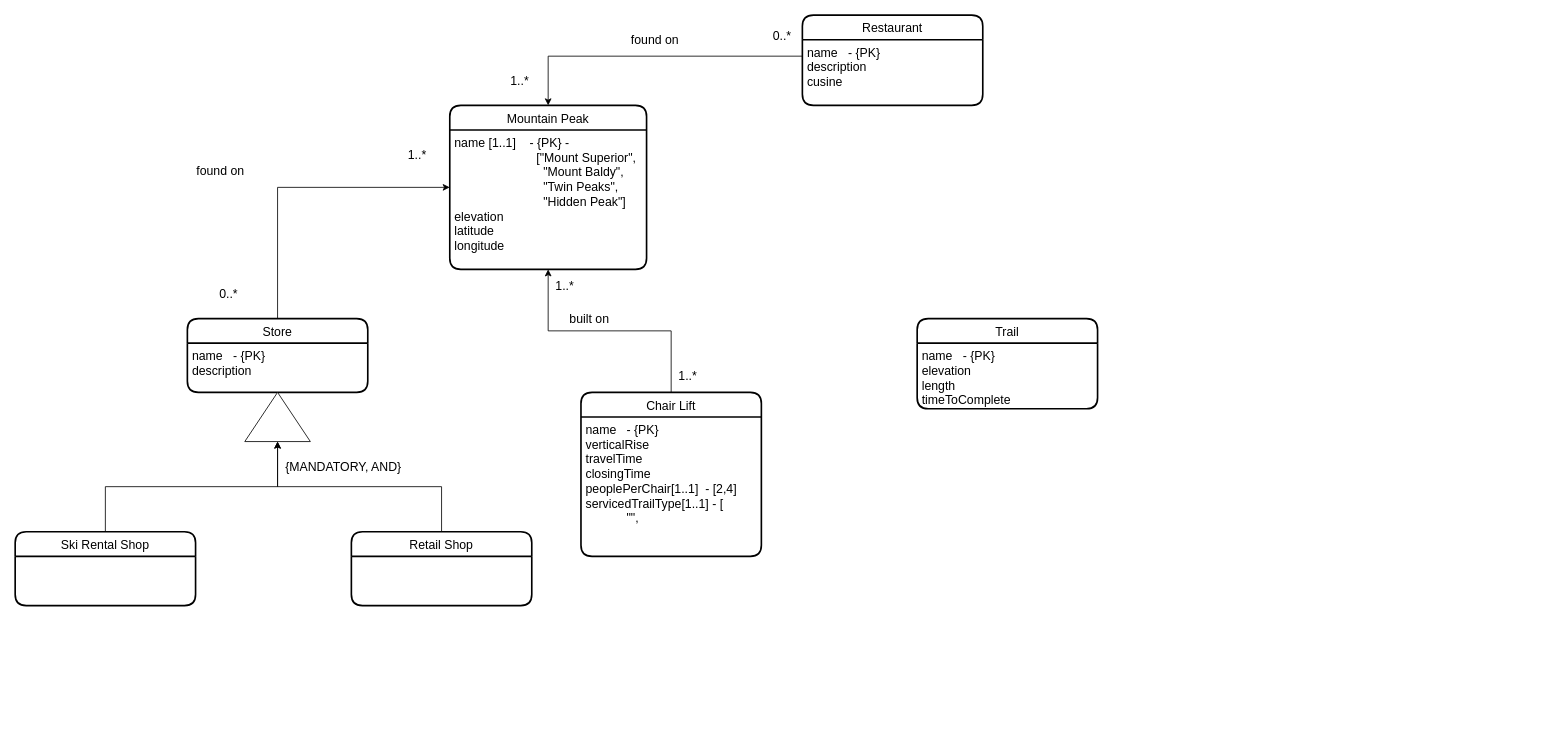
Above: page "Page-1" (3 of 3) of astra-QR-client/Untitled Diagram.drawio in Leelakrishna2091997/astraCloud-client (draw.io), before the change. Source tidied: cells renumbered, new cells numbered last; positions are measured from the earlier drawing's top-left corner, leaving out a move shared by most shapes. Both pictures are drawn from the tidied source at 82%, with x=0, y=0 at pixel (15, 15).
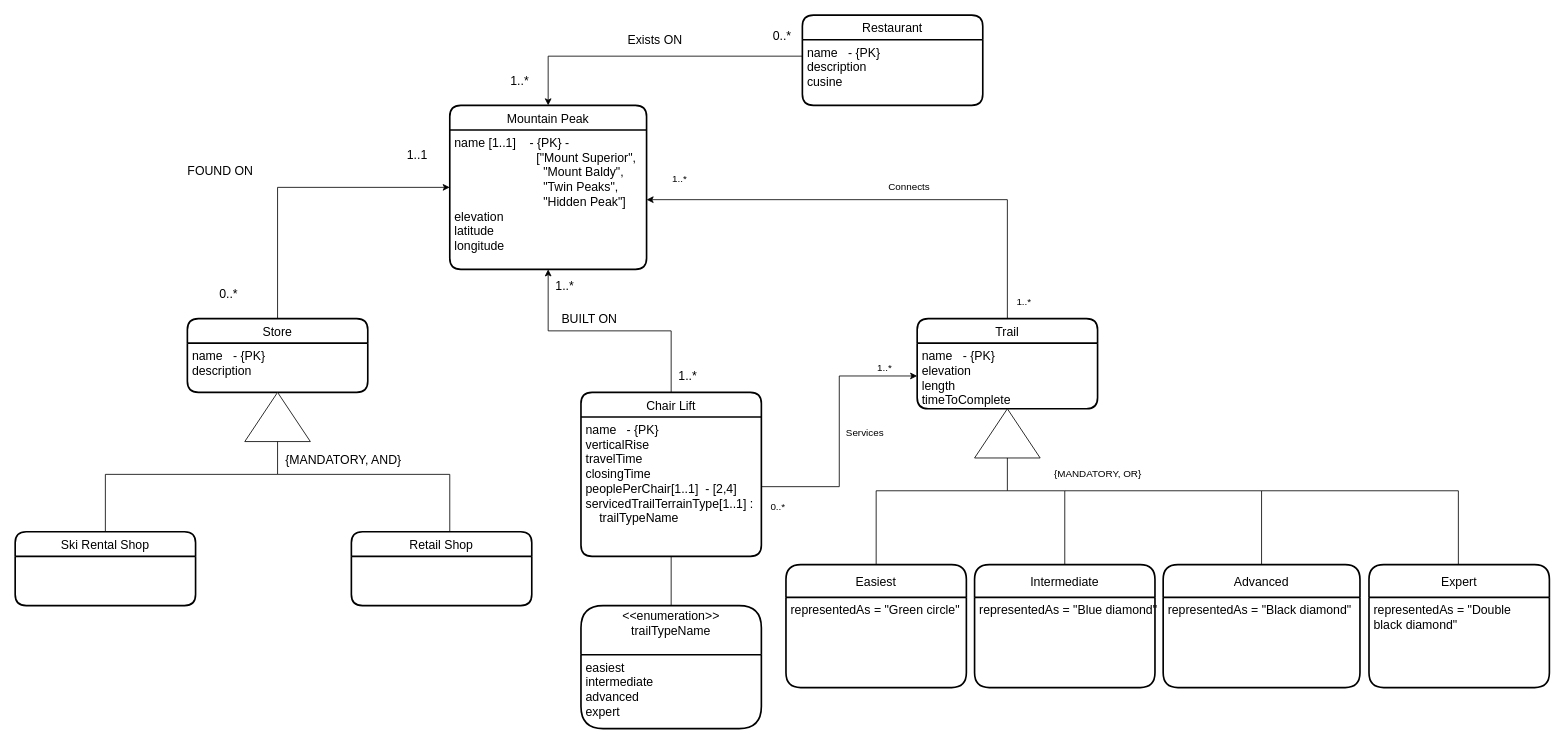
The same page after the edit.

Unchanged cells that the change refers to:
```xml
<mxCell id="3" value="name [1..1]    - {PK} - &#10;                        [&quot;Mount Superior&quot;, &#10;                          &quot;Mount Baldy&quot;, &#10;                          &quot;Twin Peaks&quot;, &#10;                          &quot;Hidden Peak&quot;]&#10;elevation&#10;latitude&#10;longitude&#10;" style="align=left;strokeColor=none;fillColor=none;spacingLeft=4;fontSize=15;verticalAlign=top;" parent="2" vertex="1">
  <mxGeometry y="30" width="240" height="170" as="geometry" />
</mxCell>
<mxCell id="8" value="Retail Shop" style="swimlane;horizontal=1;startSize=30;rounded=1;fontSize=15;fontStyle=0;strokeWidth=2;shadow=0;dashed=0;align=center;" parent="1" vertex="1">
  <mxGeometry x="410" y="630" width="220" height="90" as="geometry" />
</mxCell>
<mxCell id="10" value="Ski Rental Shop" style="swimlane;horizontal=1;startSize=30;rounded=1;fontSize=15;fontStyle=0;strokeWidth=2;shadow=0;dashed=0;align=center;" parent="1" vertex="1">
  <mxGeometry y="630" width="220" height="90" as="geometry" />
</mxCell>
<mxCell id="11" style="triangle;whiteSpace=wrap;html=1;fontSize=15;rotation=-90;" parent="1" vertex="1">
  <mxGeometry x="290" y="450" width="60" height="80" as="geometry" />
</mxCell>
<mxCell id="23" value="Chair Lift" style="swimlane;horizontal=1;startSize=30;rounded=1;fontSize=15;fontStyle=0;strokeWidth=2;shadow=0;dashed=0;align=center;" parent="1" vertex="1">
  <mxGeometry x="690" y="460" width="220" height="200" as="geometry" />
</mxCell>
<mxCell id="28" value="Trail" style="swimlane;horizontal=1;startSize=30;rounded=1;fontSize=15;fontStyle=0;strokeWidth=2;shadow=0;dashed=0;align=center;" parent="1" vertex="1">
  <mxGeometry x="1100" y="370" width="220" height="110" as="geometry" />
</mxCell>
<mxCell id="29" value="name   - {PK}&#10;elevation&#10;length&#10;timeToComplete&#10;&#10;&#10;&#10;" style="align=left;strokeColor=none;fillColor=none;spacingLeft=4;fontSize=15;verticalAlign=top;" parent="28" vertex="1">
  <mxGeometry y="30" width="220" height="80" as="geometry" />
</mxCell>
```

Change to the diagram source:
```diff
@@
-    <mxCell id="7" style="edgeStyle=orthogonalEdgeStyle;rounded=0;jettySize=auto;html=1;exitX=0.5;exitY=0;exitDx=0;exitDy=0;fontSize=15;" parent="1" edge="1" source="8" target="11">
-      <mxGeometry relative="1" as="geometry" />
-    </mxCell>
@@
-    <mxCell id="9" style="edgeStyle=orthogonalEdgeStyle;rounded=0;jettySize=auto;html=1;exitX=0.5;exitY=0;exitDx=0;exitDy=0;fontSize=15;" parent="1" edge="1" source="10" target="11">
-      <mxGeometry relative="1" as="geometry" />
-    </mxCell>
@@
     <mxCell id="12" value="{MANDATORY, AND}" style="text;html=1;align=center;verticalAlign=middle;strokeColor=none;fillColor=none;fontSize=15;" parent="1" vertex="1">
-      <mxGeometry x="315" y="535" width="170" height="30" as="geometry" />
+      <mxGeometry x="315" y="527" width="170" height="30" as="geometry" />
     </mxCell>
@@
-    <mxCell id="14" value="1..*" style="text;html=1;align=center;verticalAlign=middle;strokeColor=none;fillColor=none;fontSize=15;" parent="1" vertex="1">
+    <mxCell id="14" value="1..1" style="text;html=1;align=center;verticalAlign=middle;strokeColor=none;fillColor=none;fontSize=15;" parent="1" vertex="1">
       <mxGeometry x="465" y="155" width="50" height="30" as="geometry" />
     </mxCell>
-    <mxCell id="15" value="found on" style="text;html=1;align=center;verticalAlign=middle;strokeColor=none;fillColor=none;fontSize=15;" parent="1" vertex="1">
-      <mxGeometry x="210" y="175" width="80" height="30" as="geometry" />
+    <mxCell id="15" value="FOUND ON" style="text;html=1;align=center;verticalAlign=middle;strokeColor=none;fillColor=none;fontSize=15;" parent="1" vertex="1">
+      <mxGeometry x="200" y="175" width="100" height="30" as="geometry" />
     </mxCell>
@@
-    <mxCell id="19" value="found on" style="text;html=1;align=center;verticalAlign=middle;strokeColor=none;fillColor=none;fontSize=15;" parent="1" vertex="1">
-      <mxGeometry x="740" y="15" width="80" height="30" as="geometry" />
+    <mxCell id="19" value="Exists ON" style="text;html=1;align=center;verticalAlign=middle;strokeColor=none;fillColor=none;fontSize=15;" parent="1" vertex="1">
+      <mxGeometry x="735" y="15" width="90" height="30" as="geometry" />
     </mxCell>
@@
-    <mxCell id="24" value="name   - {PK}&#10;verticalRise&#10;travelTime&#10;closingTime&#10;peoplePerChair[1..1]  - [2,4]&#10;servicedTrailType[1..1] - [&#10;            &quot;&quot;,&#10;&#10;&#10;" style="align=left;strokeColor=none;fillColor=none;spacingLeft=4;fontSize=15;verticalAlign=top;" parent="23" vertex="1">
+    <mxCell id="24" value="name   - {PK}&#10;verticalRise&#10;travelTime&#10;closingTime&#10;peoplePerChair[1..1]  - [2,4]&#10;servicedTrailTerrainType[1..1] :&#10;    trailTypeName&#10;&#10;&#10;&#10;" style="align=left;strokeColor=none;fillColor=none;spacingLeft=4;fontSize=15;verticalAlign=top;" parent="23" vertex="1">
       <mxGeometry y="30" width="220" height="170" as="geometry" />
     </mxCell>
@@
-    <mxCell id="27" value="built on" style="text;html=1;align=center;verticalAlign=middle;strokeColor=none;fillColor=none;fontSize=15;" parent="1" vertex="1">
-      <mxGeometry x="665" y="355" width="70" height="30" as="geometry" />
+    <mxCell id="27" value="BUILT ON" style="text;html=1;align=center;verticalAlign=middle;strokeColor=none;fillColor=none;fontSize=15;" parent="1" vertex="1">
+      <mxGeometry x="655" y="355" width="90" height="30" as="geometry" />
     </mxCell>
+    <mxCell id="30" style="edgeStyle=orthogonalEdgeStyle;rounded=0;jettySize=auto;html=1;exitX=0.5;exitY=0;exitDx=0;exitDy=0;entryX=1;entryY=0.5;entryDx=0;entryDy=0;" parent="1" edge="1" source="28" target="3">
+      <mxGeometry relative="1" as="geometry" />
+    </mxCell>
@@
+    <mxCell id="31" value="1..*" style="text;html=1;align=center;verticalAlign=middle;strokeColor=none;fillColor=none;" parent="1" vertex="1">
+      <mxGeometry x="790" y="185" width="40" height="30" as="geometry" />
+    </mxCell>
+    <mxCell id="32" value="1..*" style="text;html=1;align=center;verticalAlign=middle;strokeColor=none;fillColor=none;" parent="1" vertex="1">
+      <mxGeometry x="1210" y="335" width="40" height="30" as="geometry" />
+    </mxCell>
+    <mxCell id="33" value="Connects" style="text;html=1;align=center;verticalAlign=middle;strokeColor=none;fillColor=none;" parent="1" vertex="1">
+      <mxGeometry x="1055" y="195" width="70" height="30" as="geometry" />
+    </mxCell>
+    <mxCell id="34" style="edgeStyle=orthogonalEdgeStyle;rounded=0;jettySize=auto;html=1;exitX=1;exitY=0.5;exitDx=0;exitDy=0;entryX=0;entryY=0.5;entryDx=0;entryDy=0;" parent="1" edge="1" source="24" target="29">
+      <mxGeometry relative="1" as="geometry" />
+    </mxCell>
+    <mxCell id="35" value="0..*" style="text;html=1;align=center;verticalAlign=middle;strokeColor=none;fillColor=none;" parent="1" vertex="1">
+      <mxGeometry x="910" y="585" width="40" height="30" as="geometry" />
+    </mxCell>
+    <mxCell id="36" value="1..*" style="text;html=1;align=center;verticalAlign=middle;strokeColor=none;fillColor=none;" parent="1" vertex="1">
+      <mxGeometry x="1040" y="415" width="40" height="30" as="geometry" />
+    </mxCell>
+    <mxCell id="37" value="Services" style="text;html=1;align=center;verticalAlign=middle;strokeColor=none;fillColor=none;" parent="1" vertex="1">
+      <mxGeometry x="1001" y="495" width="70" height="30" as="geometry" />
+    </mxCell>
+    <mxCell id="9" style="endArrow=none;html=1;rounded=0;exitX=0.5;exitY=0;exitDx=0;exitDy=0;entryX=0;entryY=0.5;entryDx=0;entryDy=0;" parent="1" edge="1" source="10" target="11">
+      <mxGeometry relative="1" as="geometry">
+        <Array as="points">
+          <mxPoint x="110" y="560" />
+          <mxPoint x="320" y="560" />
+        </Array>
+      </mxGeometry>
+    </mxCell>
+    <mxCell id="38" style="endArrow=none;html=1;rounded=0;" parent="1" edge="1">
+      <mxGeometry relative="1" as="geometry">
+        <mxPoint x="530" y="630" as="sourcePoint" />
+        <mxPoint x="320" y="560" as="targetPoint" />
+        <Array as="points">
+          <mxPoint x="530" y="560" />
+        </Array>
+      </mxGeometry>
+    </mxCell>
+    <mxCell id="39" value="&lt;&lt;enumeration&gt;&gt;&#10;trailTypeName&#10;" style="swimlane;horizontal=1;startSize=60;rounded=1;fontSize=15;fontStyle=0;strokeWidth=2;shadow=0;dashed=0;align=center;" parent="1" vertex="1">
+      <mxGeometry x="690" y="720" width="220" height="150" as="geometry" />
+    </mxCell>
+    <mxCell id="40" value="easiest&#10;intermediate&#10;advanced&#10;expert&#10;" style="align=left;strokeColor=none;fillColor=none;spacingLeft=4;fontSize=15;verticalAlign=top;" parent="39" vertex="1">
+      <mxGeometry y="60" width="220" height="90" as="geometry" />
+    </mxCell>
+    <mxCell id="41" style="endArrow=none;html=1;rounded=0;entryX=0.5;entryY=1;entryDx=0;entryDy=0;exitX=0.5;exitY=0;exitDx=0;exitDy=0;" parent="1" edge="1" source="39" target="24">
+      <mxGeometry relative="1" as="geometry" />
+    </mxCell>
+    <mxCell id="42" value="Easiest" style="swimlane;horizontal=1;startSize=40;rounded=1;fontSize=15;fontStyle=0;strokeWidth=2;shadow=0;dashed=0;align=center;" parent="1" vertex="1">
+      <mxGeometry x="940" y="670" width="220" height="150" as="geometry" />
+    </mxCell>
+    <mxCell id="43" value="representedAs = &quot;Green circle&quot;" style="align=left;strokeColor=none;fillColor=none;spacingLeft=4;fontSize=15;verticalAlign=top;" parent="42" vertex="1">
+      <mxGeometry y="40" width="220" height="110" as="geometry" />
+    </mxCell>
+    <mxCell id="44" value="Intermediate" style="swimlane;horizontal=1;startSize=40;rounded=1;fontSize=15;fontStyle=0;strokeWidth=2;shadow=0;dashed=0;align=center;" parent="1" vertex="1">
+      <mxGeometry x="1170" y="670" width="220" height="150" as="geometry" />
+    </mxCell>
+    <mxCell id="45" value="representedAs = &quot;Blue diamond&quot;" style="align=left;strokeColor=none;fillColor=none;spacingLeft=4;fontSize=15;verticalAlign=top;" parent="44" vertex="1">
+      <mxGeometry y="40" width="220" height="110" as="geometry" />
+    </mxCell>
+    <mxCell id="46" value="Advanced" style="swimlane;horizontal=1;startSize=40;rounded=1;fontSize=15;fontStyle=0;strokeWidth=2;shadow=0;dashed=0;align=center;" parent="1" vertex="1">
+      <mxGeometry x="1400" y="670" width="240" height="150" as="geometry" />
+    </mxCell>
+    <mxCell id="47" value="representedAs = &quot;Black diamond&quot;" style="align=left;strokeColor=none;fillColor=none;spacingLeft=4;fontSize=15;verticalAlign=top;" parent="46" vertex="1">
+      <mxGeometry y="40" width="240" height="110" as="geometry" />
+    </mxCell>
+    <mxCell id="48" value="Expert" style="swimlane;horizontal=1;startSize=40;rounded=1;fontSize=15;fontStyle=0;strokeWidth=2;shadow=0;dashed=0;align=center;" parent="1" vertex="1">
+      <mxGeometry x="1651" y="670" width="220" height="150" as="geometry" />
+    </mxCell>
+    <mxCell id="49" value="representedAs = &quot;Double &#10;black diamond&quot;" style="align=left;strokeColor=none;fillColor=none;spacingLeft=4;fontSize=15;verticalAlign=top;" parent="48" vertex="1">
+      <mxGeometry y="40" width="220" height="110" as="geometry" />
+    </mxCell>
+    <mxCell id="50" style="triangle;whiteSpace=wrap;html=1;rotation=-90;" parent="1" vertex="1">
+      <mxGeometry x="1180" y="470" width="60" height="80" as="geometry" />
+    </mxCell>
+    <mxCell id="51" style="endArrow=none;html=1;rounded=0;entryX=0;entryY=0.5;entryDx=0;entryDy=0;exitX=0.5;exitY=0;exitDx=0;exitDy=0;" parent="1" edge="1" source="42" target="50">
+      <mxGeometry relative="1" as="geometry">
+        <Array as="points">
+          <mxPoint x="1050" y="580" />
+          <mxPoint x="1210" y="580" />
+        </Array>
+      </mxGeometry>
+    </mxCell>
+    <mxCell id="52" style="endArrow=none;html=1;rounded=0;exitX=0.5;exitY=0;exitDx=0;exitDy=0;" parent="1" edge="1" source="44">
+      <mxGeometry relative="1" as="geometry">
+        <mxPoint x="1210" y="580" as="targetPoint" />
+        <Array as="points">
+          <mxPoint x="1280" y="580" />
+        </Array>
+      </mxGeometry>
+    </mxCell>
+    <mxCell id="53" style="endArrow=none;html=1;rounded=0;entryX=0.5;entryY=0;entryDx=0;entryDy=0;" parent="1" edge="1" target="46">
+      <mxGeometry relative="1" as="geometry">
+        <mxPoint x="1280" y="580" as="sourcePoint" />
+        <Array as="points">
+          <mxPoint x="1520" y="580" />
+        </Array>
+      </mxGeometry>
+    </mxCell>
+    <mxCell id="54" style="endArrow=none;html=1;rounded=0;exitX=0.5;exitY=0;exitDx=0;exitDy=0;" parent="1" edge="1">
+      <mxGeometry relative="1" as="geometry">
+        <mxPoint x="1760" y="670" as="sourcePoint" />
+        <mxPoint x="1520" y="580" as="targetPoint" />
+        <Array as="points">
+          <mxPoint x="1760" y="580" />
+        </Array>
+      </mxGeometry>
+    </mxCell>
+    <mxCell id="55" value="{MANDATORY, OR}" style="text;html=1;align=center;verticalAlign=middle;strokeColor=none;fillColor=none;" parent="1" vertex="1">
+      <mxGeometry x="1255" y="545" width="130" height="30" as="geometry" />
+    </mxCell>
```
